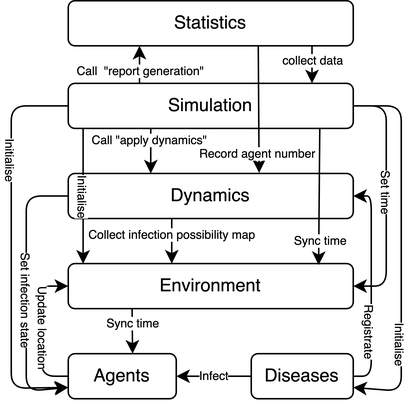
Anson2251/camp-agent-base-model keeps this draw.io diagram as paper/assets/model-structure.png. Above is the earlier version. Source tidied: cells renumbered, new cells last; positions are measured from the earlier drawing's top-left corner, leaving out a move shared by most shapes.
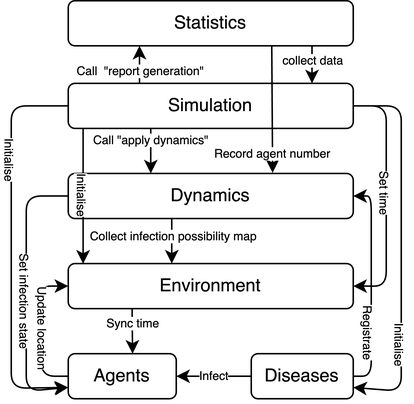
Above is the later version.

Diff of the diagram source:
```diff
@@ -152,8 +152,8 @@
     </mxCell>
     <mxCell id="31" style="endArrow=classic;html=1;fontSize=8;exitX=0.893;exitY=0.99;exitDx=0;exitDy=0;exitPerimeter=0;entryX=0.896;entryY=-0.013;entryDx=0;entryDy=0;entryPerimeter=0;fontFamily=Helvetica;" parent="1" edge="1">
       <mxGeometry relative="1" as="geometry">
-        <mxPoint x="164.7" y="29.7" as="sourcePoint" />
-        <mxPoint x="165.2" y="114.6" as="targetPoint" />
+        <mxPoint x="173.7" y="29.7" as="sourcePoint" />
+        <mxPoint x="174.2" y="114.6" as="targetPoint" />
       </mxGeometry>
     </mxCell>
     <mxCell id="32" value="Record agent number" style="edgeLabel;html=1;align=center;verticalAlign=middle;fontSize=8;" parent="31" vertex="1">
@@ -161,16 +161,5 @@
         <mxPoint x="-2" y="7" as="offset" />
       </mxGeometry>
     </mxCell>
-    <mxCell id="33" style="endArrow=classic;html=1;exitX=0.651;exitY=0.993;exitDx=0;exitDy=0;exitPerimeter=0;entryX=0.589;entryY=0.033;entryDx=0;entryDy=0;entryPerimeter=0;" parent="1" edge="1">
-      <mxGeometry relative="1" as="geometry">
-        <mxPoint x="205.7" y="84.8" as="sourcePoint" />
-        <mxPoint x="204.9" y="176" as="targetPoint" />
-      </mxGeometry>
-    </mxCell>
-    <mxCell id="34" value="Sync time" style="edgeLabel;html=1;align=center;verticalAlign=middle;fontSize=8;" parent="33" vertex="1">
-      <mxGeometry x="0.31" relative="1" as="geometry">
-        <mxPoint y="16" as="offset" />
-      </mxGeometry>
-    </mxCell>
   </root>
 </mxGraphModel>
```
